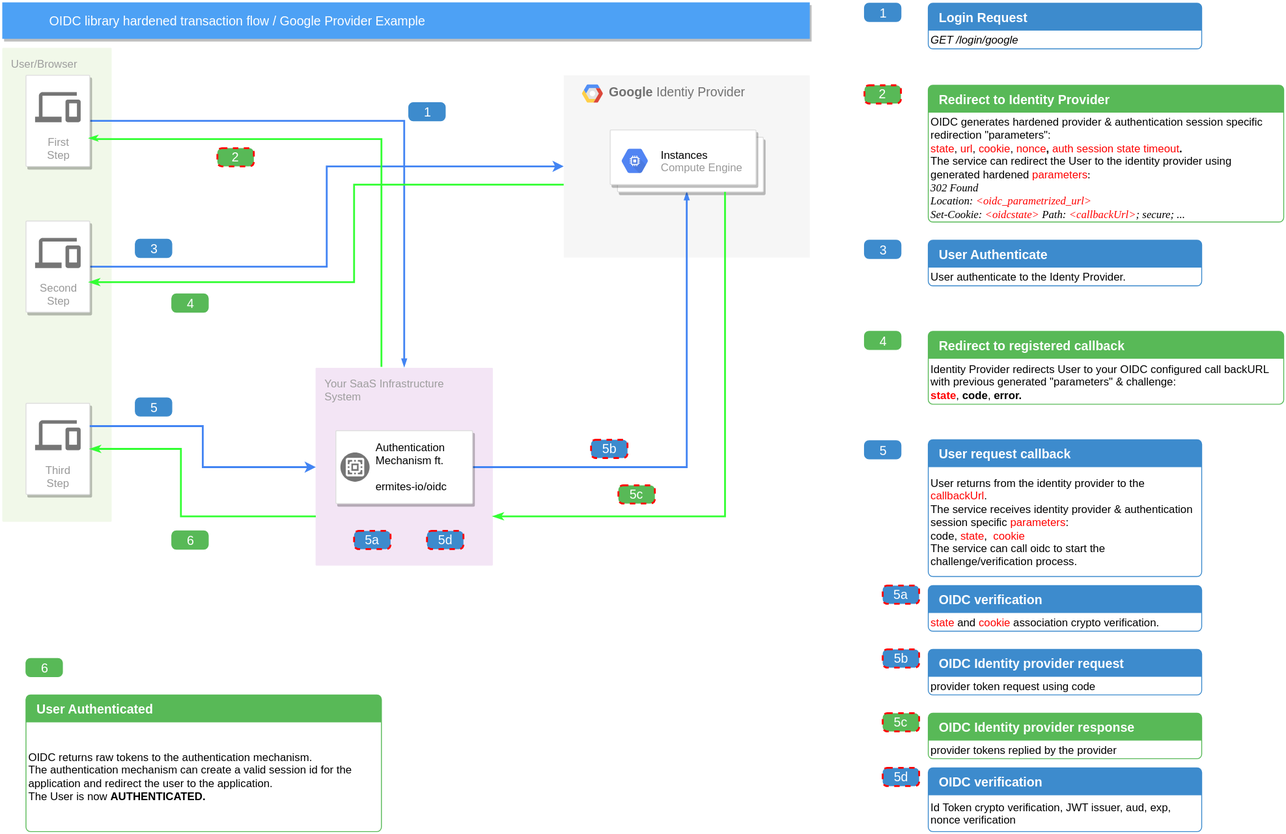
Before: oidc_desc.svg, a diagram exported from draw.io (ermites-io/oidc). Source tidied: cells renumbered, new cells last; positions are measured from the earlier drawing's top-left corner, leaving out a move shared by most shapes.
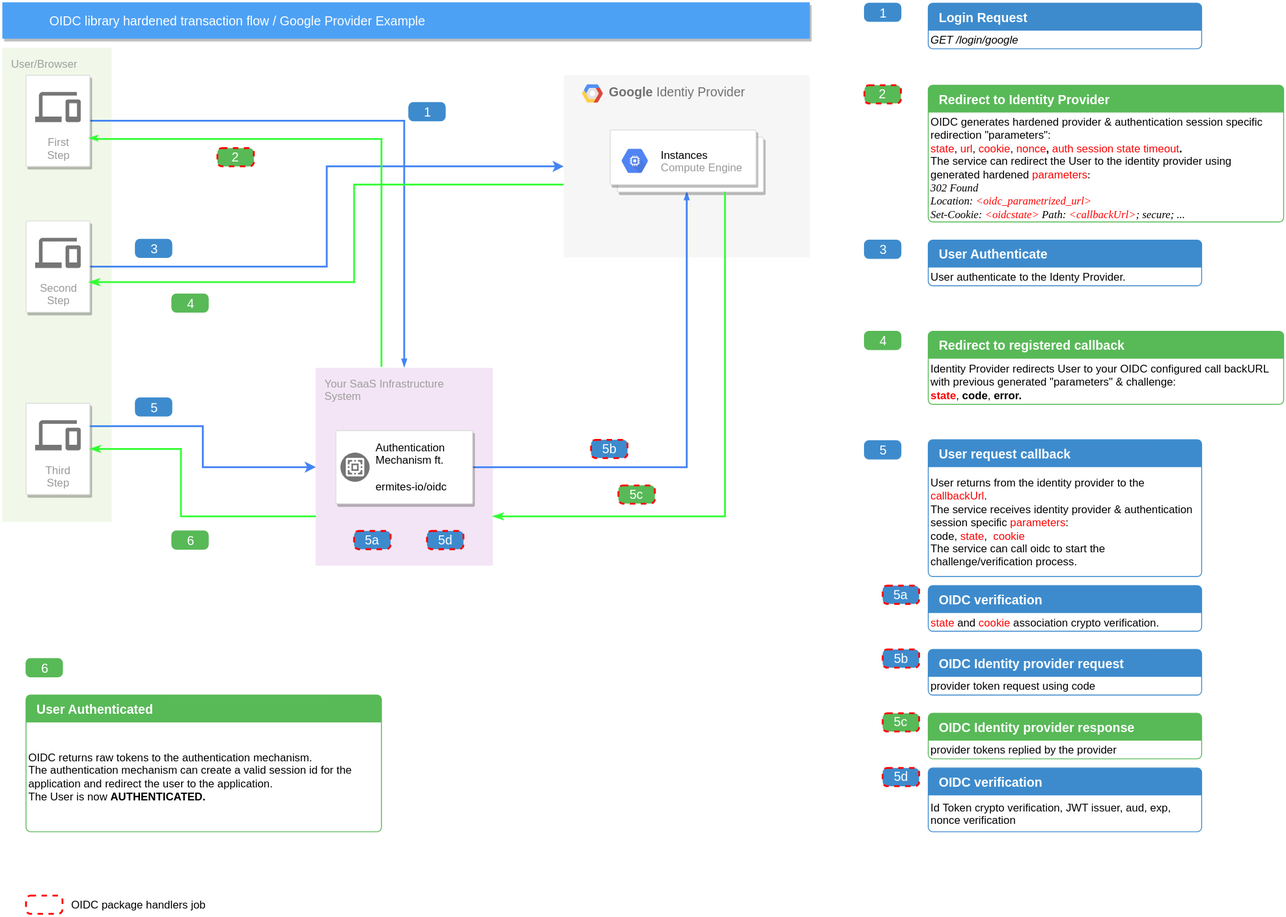
After the commit.

The edit, as a diff of the source:
```diff
@@ -226,5 +226,11 @@
     <mxCell id="64" value="6" style="html=1;shadow=0;dashed=0;shape=mxgraph.bootstrap.rrect;rSize=5;fillColor=#58B957;align=center;strokeColor=#58B957;fontColor=#ffffff;fontSize=14;whiteSpace=wrap;" parent="1" vertex="1">
       <mxGeometry x="26" y="720" width="40" height="20" as="geometry" />
     </mxCell>
+    <mxCell id="65" style="html=1;shadow=0;dashed=1;shape=mxgraph.bootstrap.rrect;rSize=5;fillColor=#FFFFFF;align=center;strokeColor=#FF0000;fontColor=#ffffff;fontSize=14;whiteSpace=wrap;strokeWidth=2;" parent="1" vertex="1">
+      <mxGeometry x="26" y="980" width="40" height="20" as="geometry" />
+    </mxCell>
+    <mxCell id="66" value="OIDC package handlers job" style="text;html=1;align=center;verticalAlign=middle;" parent="1" vertex="1">
+      <mxGeometry x="66" y="980" width="190" height="20" as="geometry" />
+    </mxCell>
   </root>
 </mxGraphModel>
```
